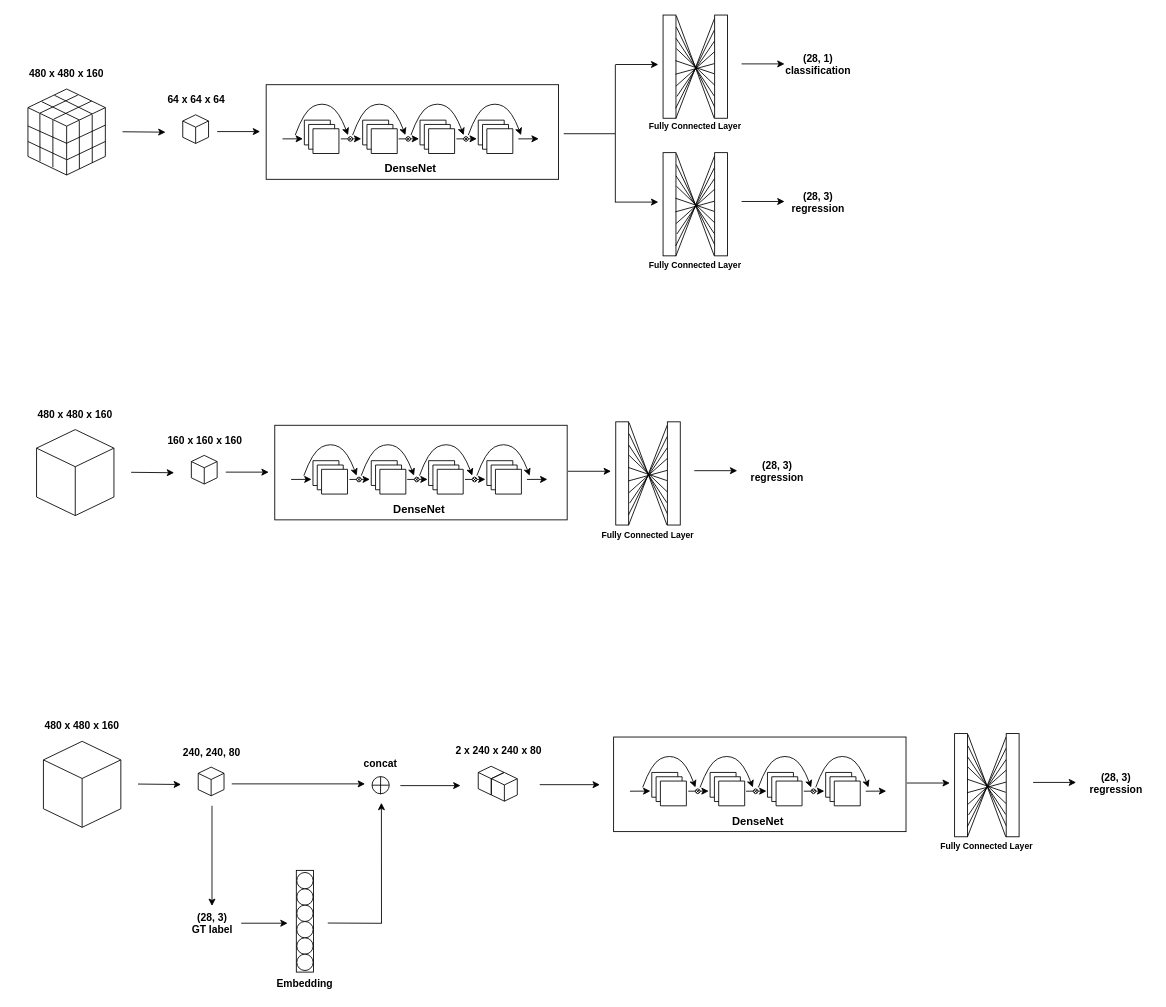
The draw.io diagram DenseNet_Patched.drawio in haughty-yeon/draw.io, before the edit. Source tidied: cells renumbered, new cells numbered last; positions are measured from the earlier drawing's top-left corner, leaving out a move shared by most shapes. Both pictures are drawn from the tidied source at 86%, with x=0, y=0 at pixel (15, 15).
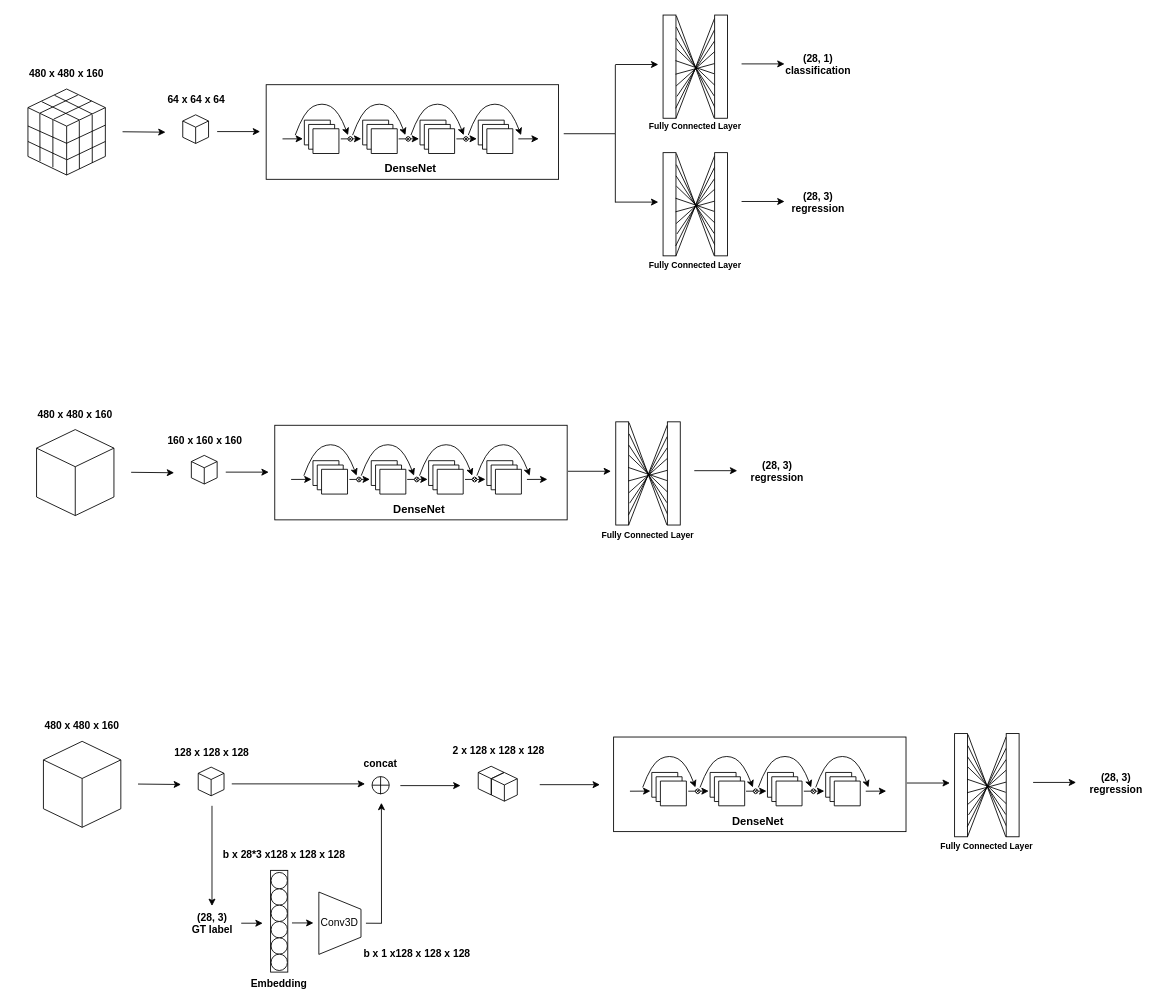
The same diagram, later.

What changed in the source:
```diff
@@
-    <mxCell id="141" value="240, 240, 80" style="swimlane;fontStyle=1;horizontal=1;startSize=26;strokeColor=none;opacity=0;" parent="1" vertex="1">
+    <mxCell id="141" value="128 x 128 x 128" style="swimlane;fontStyle=1;horizontal=1;startSize=26;strokeColor=none;opacity=0;" parent="1" vertex="1">
       <mxGeometry x="181.5" y="846.5" width="95" height="20" as="geometry" />
     </mxCell>
@@
     <mxCell id="164" style="endArrow=classic;html=1;rounded=0;exitX=1;exitY=0.5;exitDx=0;exitDy=0;" parent="1" edge="1">
       <mxGeometry relative="1" as="geometry">
         <mxPoint x="263" y="1056" as="sourcePoint" />
-        <mxPoint x="317" y="1056" as="targetPoint" />
+        <mxPoint x="288" y="1056" as="targetPoint" />
       </mxGeometry>
     </mxCell>
@@
     <mxCell id="166" style="rounded=0;whiteSpace=wrap;html=1;rotation=90;" parent="1" vertex="1">
-      <mxGeometry x="277.9" y="1043.7" width="118.3" height="20" as="geometry" />
+      <mxGeometry x="248" y="1043.7" width="118.3" height="20" as="geometry" />
     </mxCell>
     <mxCell id="167" style="ellipse;whiteSpace=wrap;html=1;" parent="1" vertex="1">
-      <mxGeometry x="327.6" y="997" width="19" height="19" as="geometry" />
+      <mxGeometry x="297.7" y="997" width="19" height="19" as="geometry" />
     </mxCell>
     <mxCell id="168" style="ellipse;whiteSpace=wrap;html=1;" parent="1" vertex="1">
-      <mxGeometry x="327.6" y="1016" width="19" height="19" as="geometry" />
+      <mxGeometry x="297.7" y="1016" width="19" height="19" as="geometry" />
     </mxCell>
     <mxCell id="169" style="ellipse;whiteSpace=wrap;html=1;" parent="1" vertex="1">
-      <mxGeometry x="327.6" y="1035" width="19" height="19" as="geometry" />
+      <mxGeometry x="297.7" y="1035" width="19" height="19" as="geometry" />
     </mxCell>
     <mxCell id="170" style="ellipse;whiteSpace=wrap;html=1;" parent="1" vertex="1">
-      <mxGeometry x="327.6" y="1054" width="19" height="19" as="geometry" />
+      <mxGeometry x="297.7" y="1054" width="19" height="19" as="geometry" />
     </mxCell>
     <mxCell id="171" style="ellipse;whiteSpace=wrap;html=1;" parent="1" vertex="1">
-      <mxGeometry x="327.6" y="1073" width="19" height="19" as="geometry" />
+      <mxGeometry x="297.7" y="1073" width="19" height="19" as="geometry" />
     </mxCell>
     <mxCell id="172" style="ellipse;whiteSpace=wrap;html=1;" parent="1" vertex="1">
-      <mxGeometry x="327.6" y="1092" width="19" height="19" as="geometry" />
+      <mxGeometry x="297.7" y="1092" width="19" height="19" as="geometry" />
     </mxCell>
     <mxCell id="173" value="Embedding" style="swimlane;fontStyle=1;horizontal=1;startSize=26;strokeColor=none;opacity=0;" parent="1" vertex="1">
-      <mxGeometry x="295.6" y="1116" width="83" height="20" as="geometry" />
+      <mxGeometry x="265.7" y="1116" width="83" height="20" as="geometry" />
     </mxCell>
@@
     <mxCell id="175" style="endArrow=none;html=1;rounded=0;" parent="1" edge="1">
       <mxGeometry relative="1" as="geometry">
-        <mxPoint x="363.6" y="1055.8" as="sourcePoint" />
+        <mxPoint x="408" y="1056" as="sourcePoint" />
         <mxPoint x="426.5" y="1056.1" as="targetPoint" />
       </mxGeometry>
     </mxCell>
@@
-    <mxCell id="182" value="2 x 240 x 240 x 80" style="swimlane;fontStyle=1;horizontal=1;startSize=26;strokeColor=none;opacity=0;" parent="1" vertex="1">
+    <mxCell id="182" value="2 x 128 x 128 x 128" style="swimlane;fontStyle=1;horizontal=1;startSize=26;strokeColor=none;opacity=0;" parent="1" vertex="1">
       <mxGeometry x="515.1" y="844.5" width="95" height="20" as="geometry" />
     </mxCell>
@@
+    <mxCell id="185" style="endArrow=classic;html=1;rounded=0;exitX=1;exitY=0.5;exitDx=0;exitDy=0;" parent="1" edge="1">
+      <mxGeometry relative="1" as="geometry">
+        <mxPoint x="322" y="1055.7" as="sourcePoint" />
+        <mxPoint x="347" y="1055.7" as="targetPoint" />
+      </mxGeometry>
+    </mxCell>
+    <mxCell id="186" value="Conv3D" style="shape=trapezoid;perimeter=trapezoidPerimeter;whiteSpace=wrap;html=1;fixedSize=1;rotation=90;horizontal=0;" parent="1" vertex="1">
+      <mxGeometry x="341.5" y="1031.5" width="72.5" height="49" as="geometry" />
+    </mxCell>
+    <mxCell id="187" value="b x 28*3 x128 x 128 x 128" style="swimlane;fontStyle=1;horizontal=1;startSize=26;strokeColor=none;opacity=0;" parent="1" vertex="1">
+      <mxGeometry x="265.7" y="966" width="95" height="20" as="geometry" />
+    </mxCell>
+    <mxCell id="188" value="b x 1 x128 x 128 x 128" style="swimlane;fontStyle=1;horizontal=1;startSize=26;strokeColor=none;opacity=0;" parent="1" vertex="1">
+      <mxGeometry x="420.1" y="1080.5" width="95" height="20" as="geometry" />
+    </mxCell>
```
